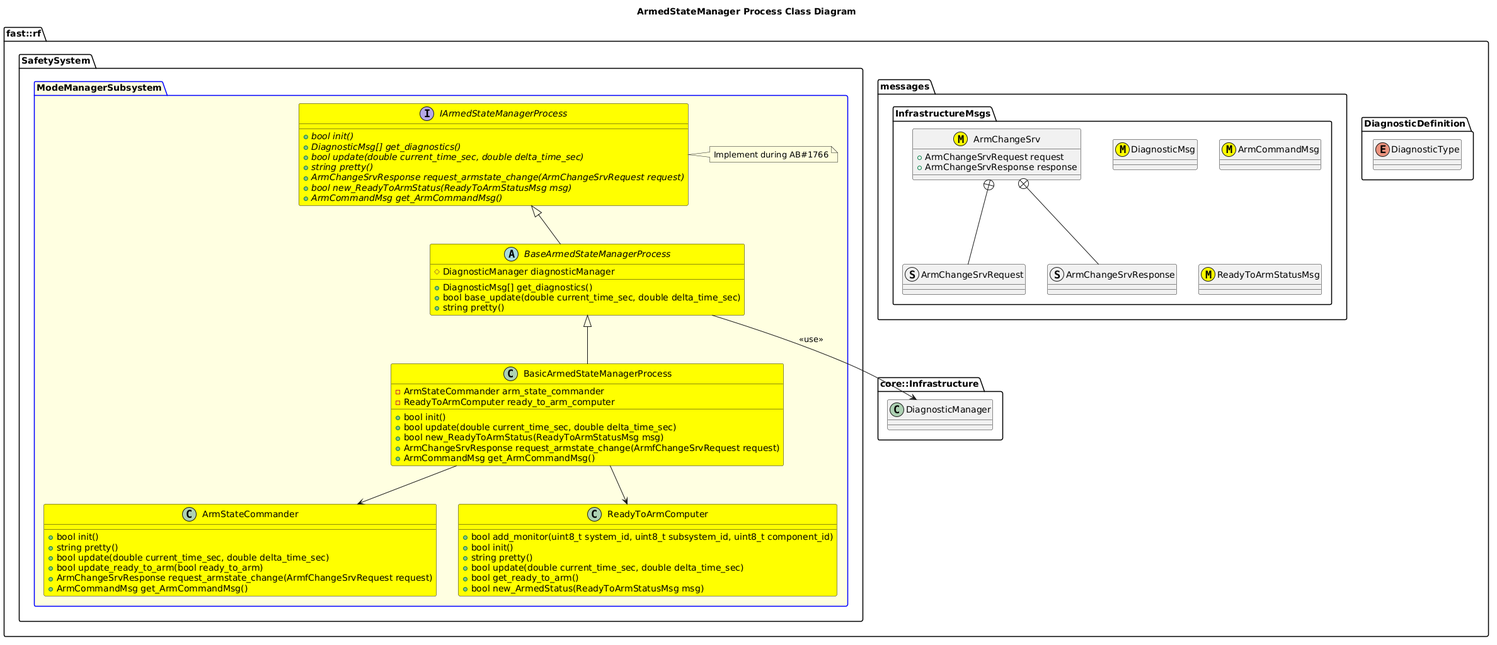
Above: Systems/Safety/Subsystems/ModeManager/Processes/ArmedStateManager/doc/ProcessImplementations/puml/BasicArmedStateManagerClassDiagram.png in fastrobotics/robot_framework (PlantUML), before the change.
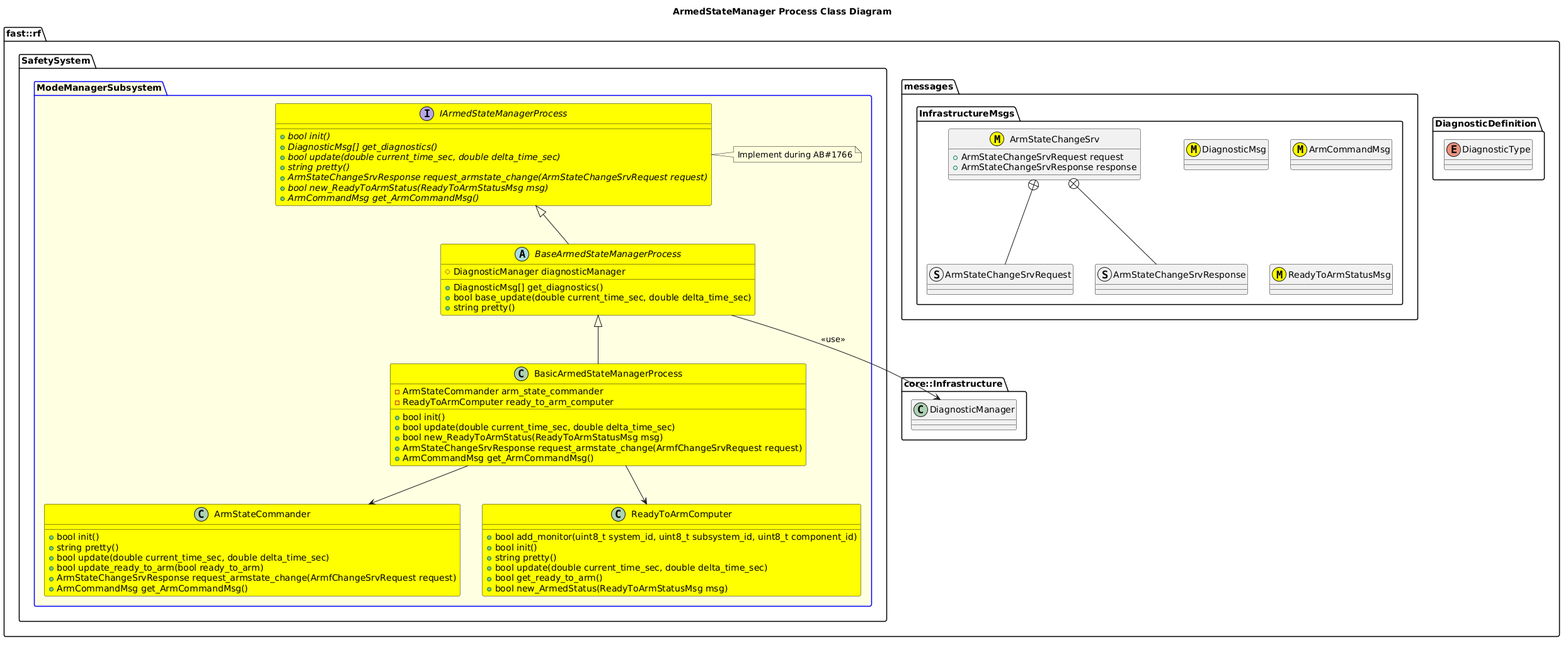
Later version of the same file.

Diff of the diagram source:
```diff
@@ -10,14 +10,14 @@
         class DiagnosticMsg <<(M,#FFFF00)>>
         class ArmCommandMsg <<(M,#FFFF00)>>
         class ReadyToArmStatusMsg <<(M,#FFFF00)>>
-        struct ArmChangeSrvRequest
-        struct ArmChangeSrvResponse
-        class ArmChangeSrv <<(M,#FFFF00)>>  {
-            +ArmChangeSrvRequest request
-            +ArmChangeSrvResponse response
+        struct ArmStateChangeSrvRequest
+        struct ArmStateChangeSrvResponse
+        class ArmStateChangeSrv <<(M,#FFFF00)>>  {
+            +ArmStateChangeSrvRequest request
+            +ArmStateChangeSrvResponse response
         }
-        ArmChangeSrv +-- ArmChangeSrvRequest
-        ArmChangeSrv +-- ArmChangeSrvResponse
+        ArmStateChangeSrv +-- ArmStateChangeSrvRequest
+        ArmStateChangeSrv +-- ArmStateChangeSrvResponse
     }
   }
   namespace core::Infrastructure {
@@ -30,7 +30,7 @@
           +{abstract} DiagnosticMsg[] get_diagnostics()
           +{abstract} bool update(double current_time_sec, double delta_time_sec)
           +{abstract} string pretty()
-          +{abstract} ArmChangeSrvResponse request_armstate_change(ArmChangeSrvRequest request)
+          +{abstract} ArmStateChangeSrvResponse request_armstate_change(ArmStateChangeSrvRequest request)
           +{abstract} bool new_ReadyToArmStatus(ReadyToArmStatusMsg msg)
           +{abstract} ArmCommandMsg get_ArmCommandMsg()
 
@@ -52,7 +52,7 @@
             +string pretty()
             +bool update(double current_time_sec, double delta_time_sec)
             +bool update_ready_to_arm(bool ready_to_arm)
-            +ArmChangeSrvResponse request_armstate_change(ArmfChangeSrvRequest request)
+            +ArmStateChangeSrvResponse request_armstate_change(ArmfChangeSrvRequest request)
             +ArmCommandMsg get_ArmCommandMsg()
         }
         class ReadyToArmComputer #Yellow {
@@ -67,7 +67,7 @@
           +bool init()
           +bool update(double current_time_sec, double delta_time_sec)
           +bool new_ReadyToArmStatus(ReadyToArmStatusMsg msg)
-          +ArmChangeSrvResponse request_armstate_change(ArmfChangeSrvRequest request)
+          +ArmStateChangeSrvResponse request_armstate_change(ArmfChangeSrvRequest request)
           +ArmCommandMsg get_ArmCommandMsg()
           -ArmStateCommander arm_state_commander
           -ReadyToArmComputer ready_to_arm_computer
```
